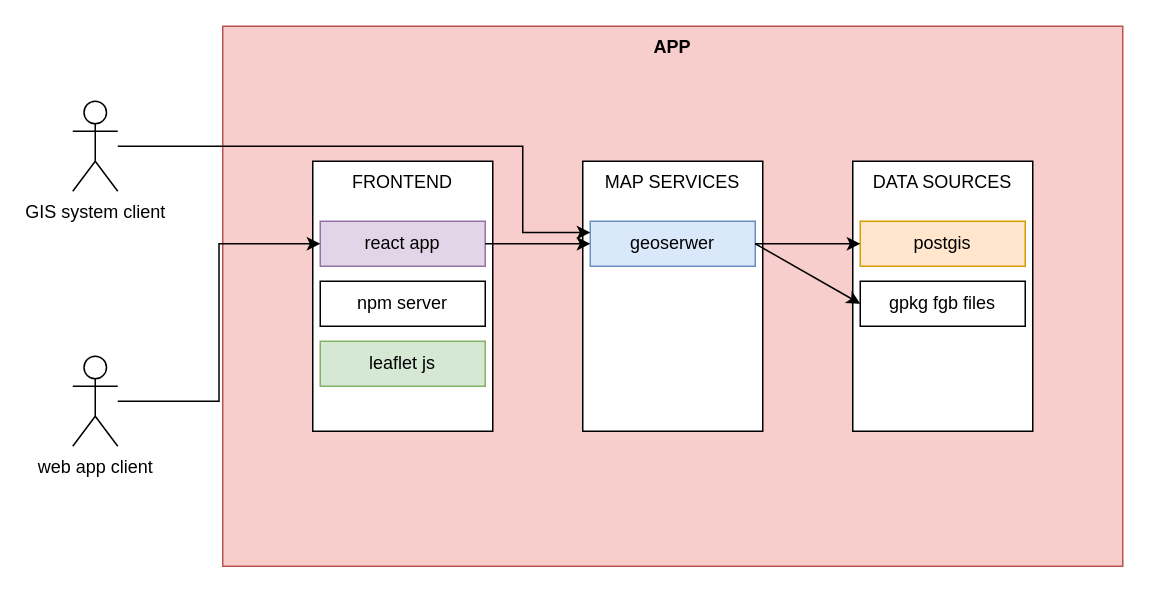
Oliverek-spec/prge_01_os keeps this draw.io diagram as Diagram bez tytułu.drawio. Above is the earlier version. Source tidied: cells renumbered, new cells numbered last; positions are measured from the earlier drawing's top-left corner, leaving out a move shared by most shapes. Both pictures are drawn from the tidied source at 150%, with x=0, y=0 at pixel (72, 26).
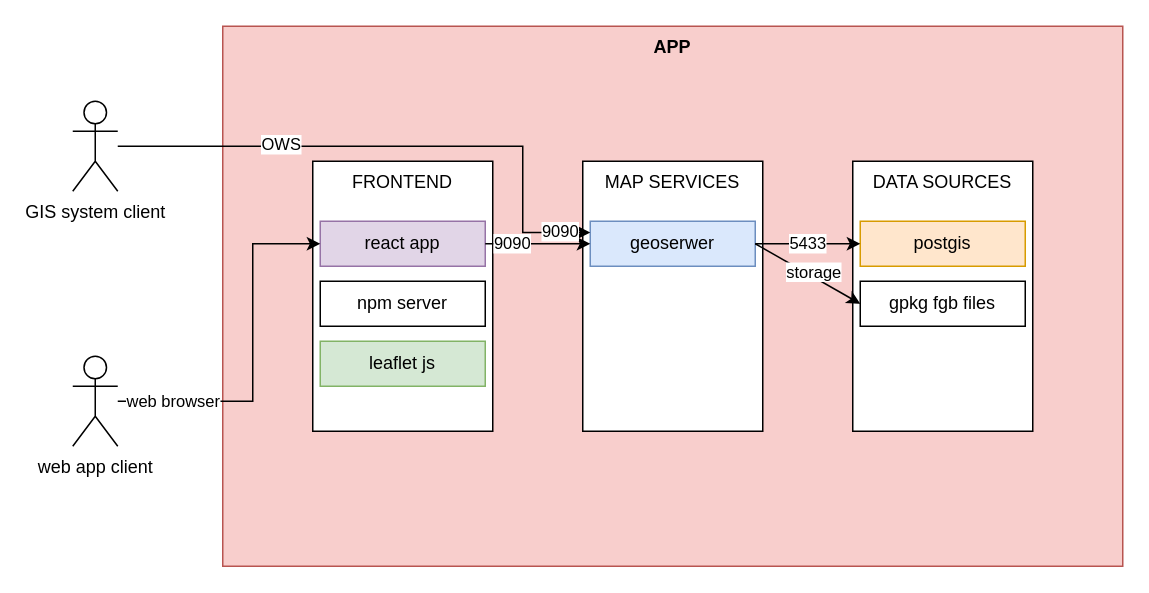
After the change.

Unchanged cells that the change refers to:
```xml
<mxCell id="6" value="react app" style="rounded=0;whiteSpace=wrap;html=1;fillColor=#e1d5e7;strokeColor=#9673a6;" parent="1" vertex="1">
  <mxGeometry x="165" y="130" width="110" height="30" as="geometry" />
</mxCell>
<mxCell id="13" style="endArrow=classic;html=1;rounded=0;exitX=1;exitY=0.5;exitDx=0;exitDy=0;entryX=0;entryY=0.5;entryDx=0;entryDy=0;" parent="1" edge="1" source="6" target="9">
  <mxGeometry relative="1" as="geometry" />
</mxCell>
<mxCell id="14" style="endArrow=classic;html=1;rounded=0;exitX=1;exitY=0.5;exitDx=0;exitDy=0;entryX=0;entryY=0.5;entryDx=0;entryDy=0;" parent="1" edge="1" source="9" target="10">
  <mxGeometry relative="1" as="geometry" />
</mxCell>
<mxCell id="15" style="endArrow=classic;html=1;rounded=0;exitX=1;exitY=0.5;exitDx=0;exitDy=0;entryX=0;entryY=0.5;entryDx=0;entryDy=0;" parent="1" edge="1" source="9" target="11">
  <mxGeometry relative="1" as="geometry" />
</mxCell>
<mxCell id="16" style="edgeStyle=orthogonalEdgeStyle;rounded=0;jettySize=auto;html=1;entryX=0;entryY=0.25;entryDx=0;entryDy=0;" parent="1" edge="1" source="17" target="9">
  <mxGeometry relative="1" as="geometry">
    <Array as="points">
      <mxPoint x="300" y="80" />
      <mxPoint x="300" y="138" />
    </Array>
  </mxGeometry>
</mxCell>
<mxCell id="19" value="&lt;div&gt;web app client&lt;/div&gt;&lt;div&gt;&lt;br&gt;&lt;/div&gt;" style="shape=umlActor;verticalLabelPosition=bottom;verticalAlign=top;html=1;outlineConnect=0;" parent="1" vertex="1">
  <mxGeometry y="220" width="30" height="60" as="geometry" />
</mxCell>
```

Change to the diagram source:
```diff
@@
+    <mxCell id="20" value="9090" style="edgeLabel;html=1;align=center;verticalAlign=middle;" parent="13" vertex="1">
+      <mxGeometry x="-0.52" y="1" relative="1" as="geometry" />
+    </mxCell>
@@
+    <mxCell id="21" value="5433" style="edgeLabel;html=1;align=center;verticalAlign=middle;" parent="14" vertex="1">
+      <mxGeometry x="-0.03" y="1" relative="1" as="geometry" />
+    </mxCell>
@@
+    <mxCell id="22" value="storage" style="edgeLabel;html=1;align=center;verticalAlign=middle;" parent="15" vertex="1">
+      <mxGeometry x="0.07" y="3" relative="1" as="geometry" />
+    </mxCell>
@@
+    <mxCell id="23" value="9090" style="edgeLabel;html=1;align=center;verticalAlign=middle;" parent="16" vertex="1">
+      <mxGeometry x="0.89" y="2" relative="1" as="geometry">
+        <mxPoint y="1" as="offset" />
+      </mxGeometry>
+    </mxCell>
+    <mxCell id="24" value="OWS" style="edgeLabel;html=1;align=center;verticalAlign=middle;" parent="16" vertex="1">
+      <mxGeometry x="-0.42" y="2" relative="1" as="geometry" />
+    </mxCell>
@@
     <mxCell id="18" style="edgeStyle=orthogonalEdgeStyle;rounded=0;jettySize=auto;html=1;entryX=0;entryY=0.5;entryDx=0;entryDy=0;" parent="1" edge="1" source="19" target="6">
-      <mxGeometry relative="1" as="geometry" />
+      <mxGeometry relative="1" as="geometry">
+        <Array as="points">
+          <mxPoint x="120" y="250" />
+          <mxPoint x="120" y="145" />
+        </Array>
+      </mxGeometry>
     </mxCell>
+    <mxCell id="25" value="web browser" style="edgeLabel;html=1;align=center;verticalAlign=middle;" parent="18" vertex="1">
+      <mxGeometry x="-0.7" y="1" relative="1" as="geometry" />
+    </mxCell>
```
